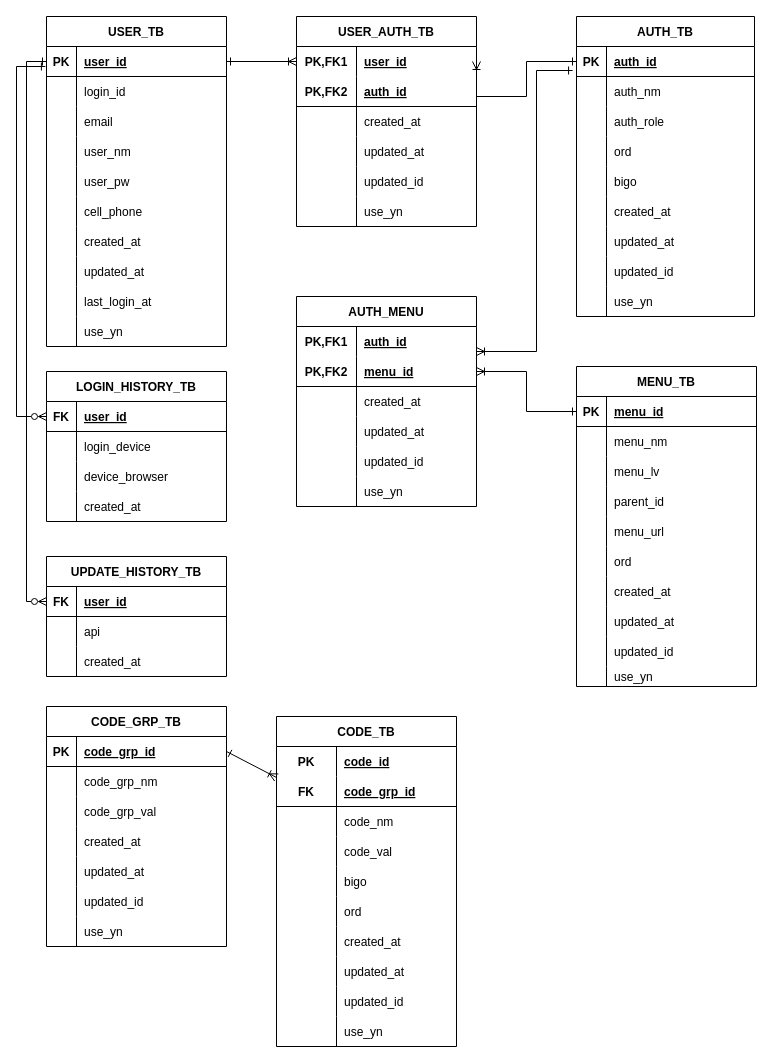
Earlier version of the draw.io diagram src/main/resources/erd/physical.drawio (reolinodev/back-boot-setting). Source tidied: cells renumbered, new cells numbered last; positions are measured from the earlier drawing's top-left corner, leaving out a move shared by most shapes. Both pictures are drawn from the tidied source at 100%, with x=0, y=0 at pixel (16, 16).
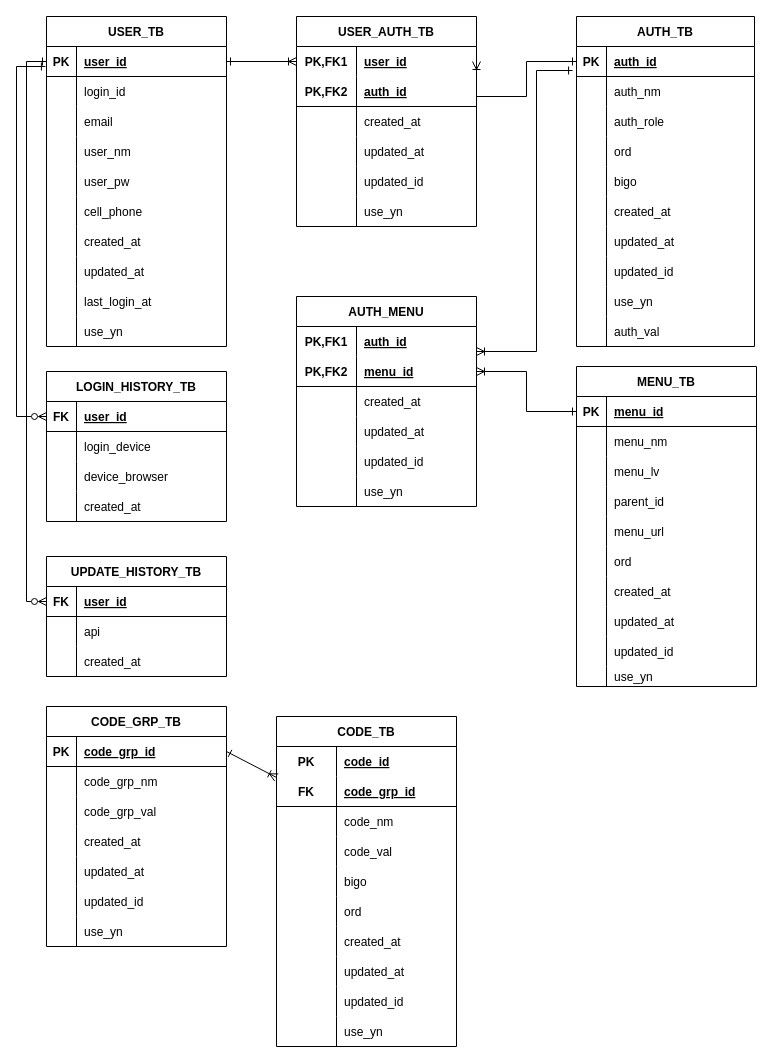
The same diagram, later.

Diff of the diagram source:
```diff
@@
     <mxCell id="54" value="AUTH_TB" style="shape=table;startSize=30;childLayout=tableLayout;rowLines=0;fontStyle=1;align=center;" parent="1" vertex="1">
-      <mxGeometry x="560" width="178" height="300" as="geometry" />
+      <mxGeometry x="560" width="178" height="330" as="geometry" />
     </mxCell>
@@
+    <mxCell id="214" style="shape=tableRow;horizontal=0;startSize=0;swimlaneHead=0;swimlaneBody=0;fillColor=none;top=0;left=0;right=0;bottom=0;" parent="54" vertex="1">
+      <mxGeometry y="300" width="178" height="30" as="geometry" />
+    </mxCell>
+    <mxCell id="215" style="shape=partialRectangle;fillColor=none;top=0;left=0;bottom=0;right=0;overflow=hidden;" parent="214" vertex="1">
+      <mxGeometry width="30" height="30" as="geometry" />
+    </mxCell>
+    <mxCell id="216" value="auth_val" style="shape=partialRectangle;fillColor=none;top=0;left=0;bottom=0;right=0;align=left;spacingLeft=6;overflow=hidden;" parent="214" vertex="1">
+      <mxGeometry x="30" width="148" height="30" as="geometry" />
+    </mxCell>
```
